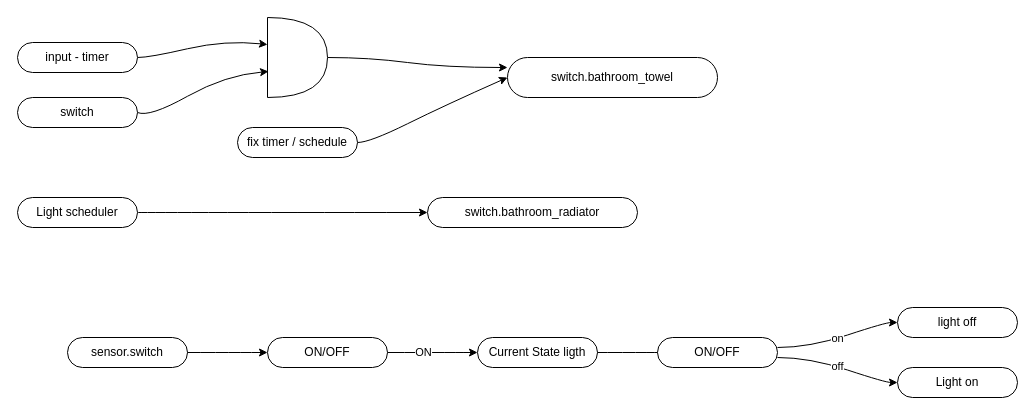
Before: page "swich.bathroom_switches" (4 of 4) of logical_flows/NodeRED_flow.drawio in houdaerttim/dns-hass, a draw.io diagram. Source tidied: cells renumbered, new cells numbered last; positions are measured from the earlier drawing's top-left corner, leaving out a move shared by most shapes. Both pictures are drawn from the tidied source at 100%, with x=0, y=0 at pixel (17, 17).
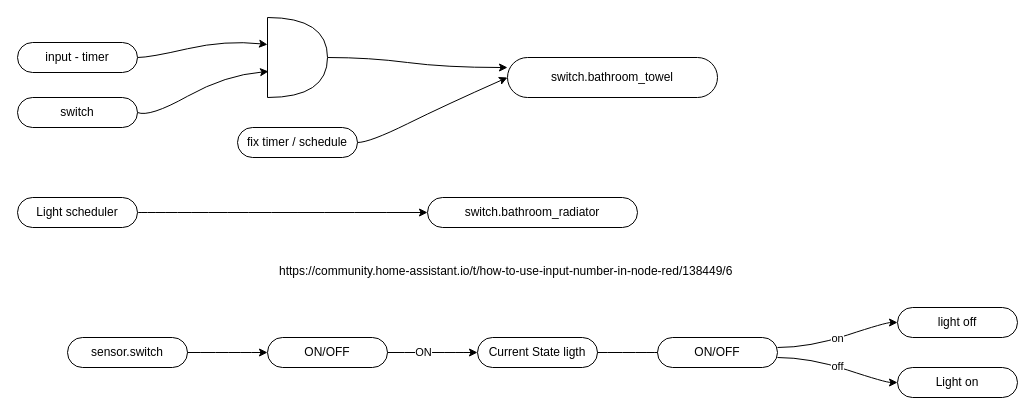
The same diagram, later.

What changed in the source:
```diff
@@
+    <mxCell id="25" value="https://community.home-assistant.io/t/how-to-use-input-number-in-node-red/138449/6" style="text;whiteSpace=wrap;html=1;" parent="1" vertex="1">
+      <mxGeometry x="260" y="240" width="480" height="30" as="geometry" />
+    </mxCell>
```
